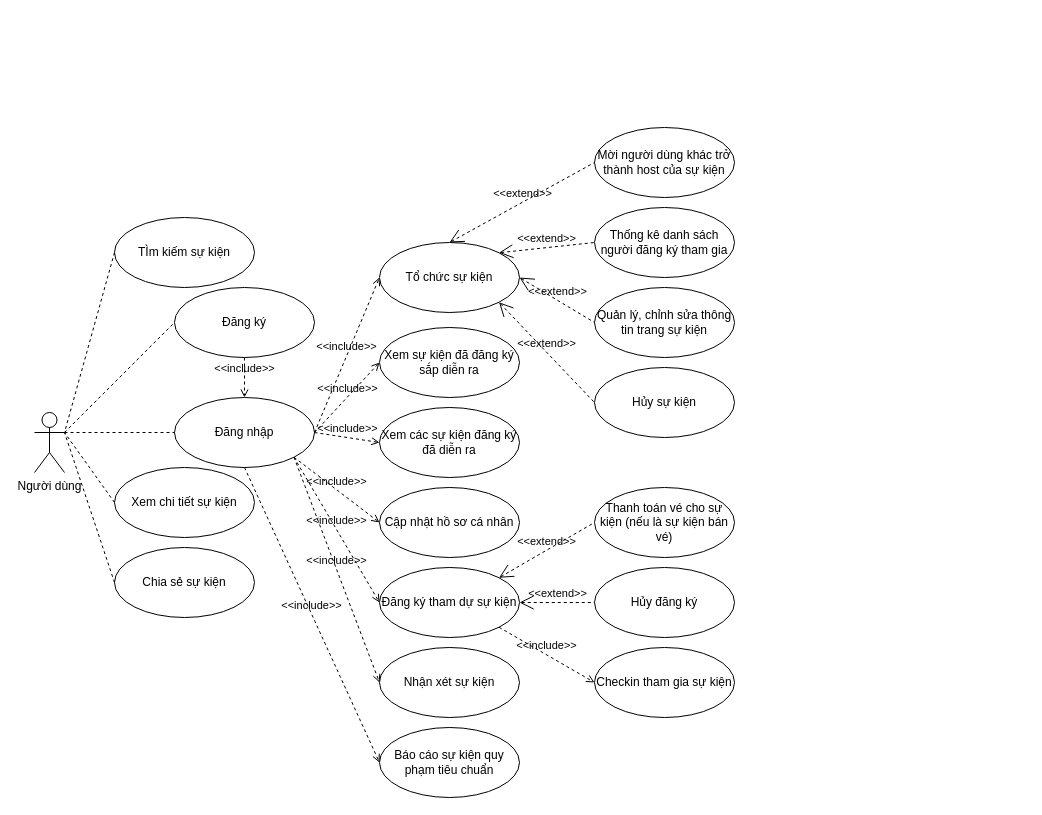
This is page "User" (1 of 6) of Untitled Diagram.drawio from Donace-Project/.github, a draw.io file, before an edit. Source tidied: cells renumbered, new cells numbered last; positions are measured from the earlier drawing's top-left corner, leaving out a move shared by most shapes. Both pictures are drawn from the tidied source at 100%, with x=0, y=0 at pixel (34, 127).
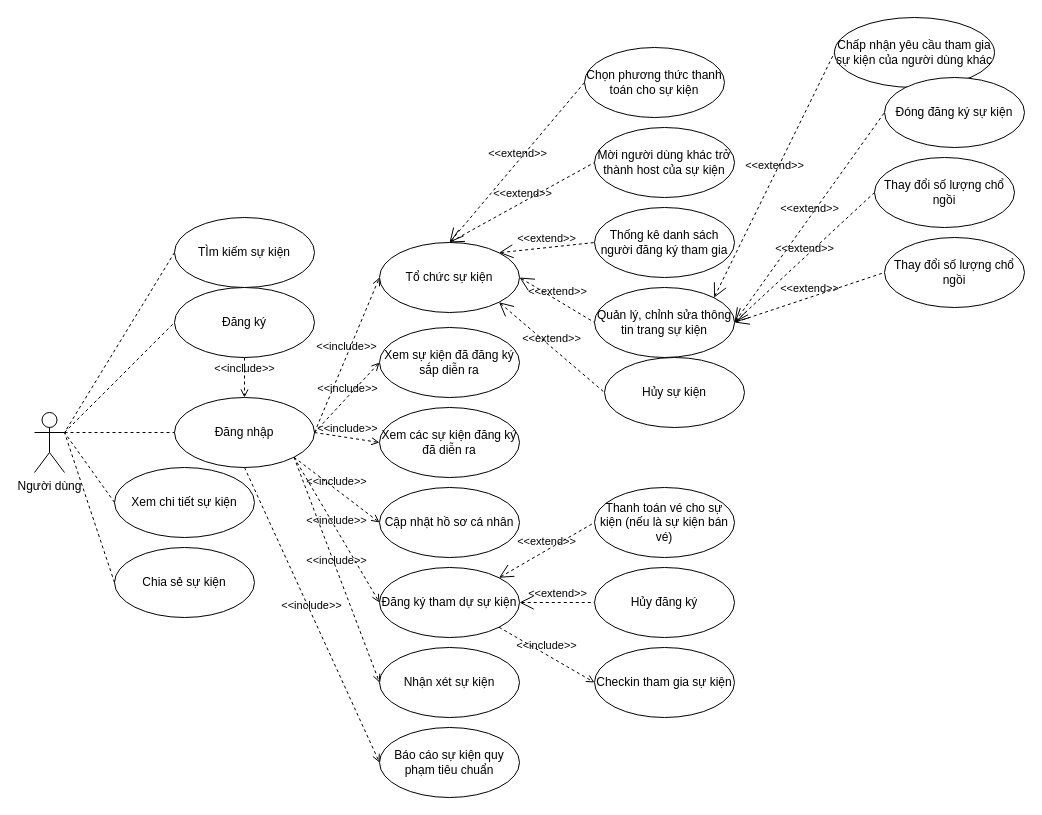
Above is the later version.

The change refers to these unchanged cells:
```xml
<mxCell id="5" value="Tổ chức sự kiện" style="ellipse;whiteSpace=wrap;html=1;" parent="1" vertex="1">
  <mxGeometry x="345" y="115" width="140" height="70" as="geometry" />
</mxCell>
<mxCell id="22" value="Quản lý, chỉnh sửa thông tin trang sự kiện" style="ellipse;whiteSpace=wrap;html=1;" parent="1" vertex="1">
  <mxGeometry x="560" y="160" width="140" height="70" as="geometry" />
</mxCell>
```

Change to the diagram source:
```diff
@@
     <mxCell id="24" value="TÌm kiếm sự kiện" style="ellipse;whiteSpace=wrap;html=1;" parent="1" vertex="1">
-      <mxGeometry x="80" y="90" width="140" height="70" as="geometry" />
+      <mxGeometry x="140" y="90" width="140" height="70" as="geometry" />
     </mxCell>
@@
     <mxCell id="34" value="Hủy sự kiện" style="ellipse;whiteSpace=wrap;html=1;" parent="1" vertex="1">
-      <mxGeometry x="560" y="240" width="140" height="70" as="geometry" />
+      <mxGeometry x="570" y="230" width="140" height="70" as="geometry" />
     </mxCell>
@@
+    <mxCell id="42" value="Chọn phương thức thanh toán cho sự kiện" style="ellipse;whiteSpace=wrap;html=1;" parent="1" vertex="1">
+      <mxGeometry x="550" y="-80" width="140" height="70" as="geometry" />
+    </mxCell>
+    <mxCell id="43" value="&amp;lt;&amp;lt;extend&amp;gt;&amp;gt;" style="edgeStyle=none;html=1;startArrow=open;endArrow=none;startSize=12;verticalAlign=bottom;dashed=1;labelBackgroundColor=none;rounded=0;entryX=0;entryY=0.5;entryDx=0;entryDy=0;exitX=0.5;exitY=0;exitDx=0;exitDy=0;" parent="1" edge="1" source="5" target="42">
+      <mxGeometry relative="1" as="geometry" />
+    </mxCell>
+    <mxCell id="44" value="Chấp nhận yêu cầu tham gia sự kiện của người dùng khác" style="ellipse;whiteSpace=wrap;html=1;" parent="1" vertex="1">
+      <mxGeometry x="800" y="-110" width="160" height="70" as="geometry" />
+    </mxCell>
+    <mxCell id="45" value="&amp;lt;&amp;lt;extend&amp;gt;&amp;gt;" style="edgeStyle=none;html=1;startArrow=open;endArrow=none;startSize=12;verticalAlign=bottom;dashed=1;labelBackgroundColor=none;rounded=0;entryX=0;entryY=0.5;entryDx=0;entryDy=0;exitX=1;exitY=0;exitDx=0;exitDy=0;" parent="1" edge="1" source="22" target="44">
+      <mxGeometry relative="1" as="geometry" />
+    </mxCell>
+    <mxCell id="46" value="Thay đổi số lượng chổ ngồi" style="ellipse;whiteSpace=wrap;html=1;" parent="1" vertex="1">
+      <mxGeometry x="840" y="30" width="140" height="70" as="geometry" />
+    </mxCell>
+    <mxCell id="47" value="&amp;lt;&amp;lt;extend&amp;gt;&amp;gt;" style="edgeStyle=none;html=1;startArrow=open;endArrow=none;startSize=12;verticalAlign=bottom;dashed=1;labelBackgroundColor=none;rounded=0;entryX=0;entryY=0.5;entryDx=0;entryDy=0;exitX=1;exitY=0.5;exitDx=0;exitDy=0;" parent="1" edge="1" source="22" target="46">
+      <mxGeometry relative="1" as="geometry" />
+    </mxCell>
+    <mxCell id="48" value="Đóng đăng ký sự kiện" style="ellipse;whiteSpace=wrap;html=1;" parent="1" vertex="1">
+      <mxGeometry x="850" y="-50" width="140" height="70" as="geometry" />
+    </mxCell>
+    <mxCell id="49" value="&amp;lt;&amp;lt;extend&amp;gt;&amp;gt;" style="edgeStyle=none;html=1;startArrow=open;endArrow=none;startSize=12;verticalAlign=bottom;dashed=1;labelBackgroundColor=none;rounded=0;entryX=0;entryY=0.5;entryDx=0;entryDy=0;exitX=1;exitY=0.5;exitDx=0;exitDy=0;" parent="1" edge="1" source="22" target="48">
+      <mxGeometry relative="1" as="geometry" />
+    </mxCell>
+    <mxCell id="50" value="Thay đổi số lượng chổ ngồi" style="ellipse;whiteSpace=wrap;html=1;" parent="1" vertex="1">
+      <mxGeometry x="850" y="110" width="140" height="70" as="geometry" />
+    </mxCell>
+    <mxCell id="51" value="&amp;lt;&amp;lt;extend&amp;gt;&amp;gt;" style="edgeStyle=none;html=1;startArrow=open;endArrow=none;startSize=12;verticalAlign=bottom;dashed=1;labelBackgroundColor=none;rounded=0;entryX=0;entryY=0.5;entryDx=0;entryDy=0;exitX=1;exitY=0.5;exitDx=0;exitDy=0;" parent="1" edge="1" source="22" target="50">
+      <mxGeometry relative="1" as="geometry" />
+    </mxCell>
```
